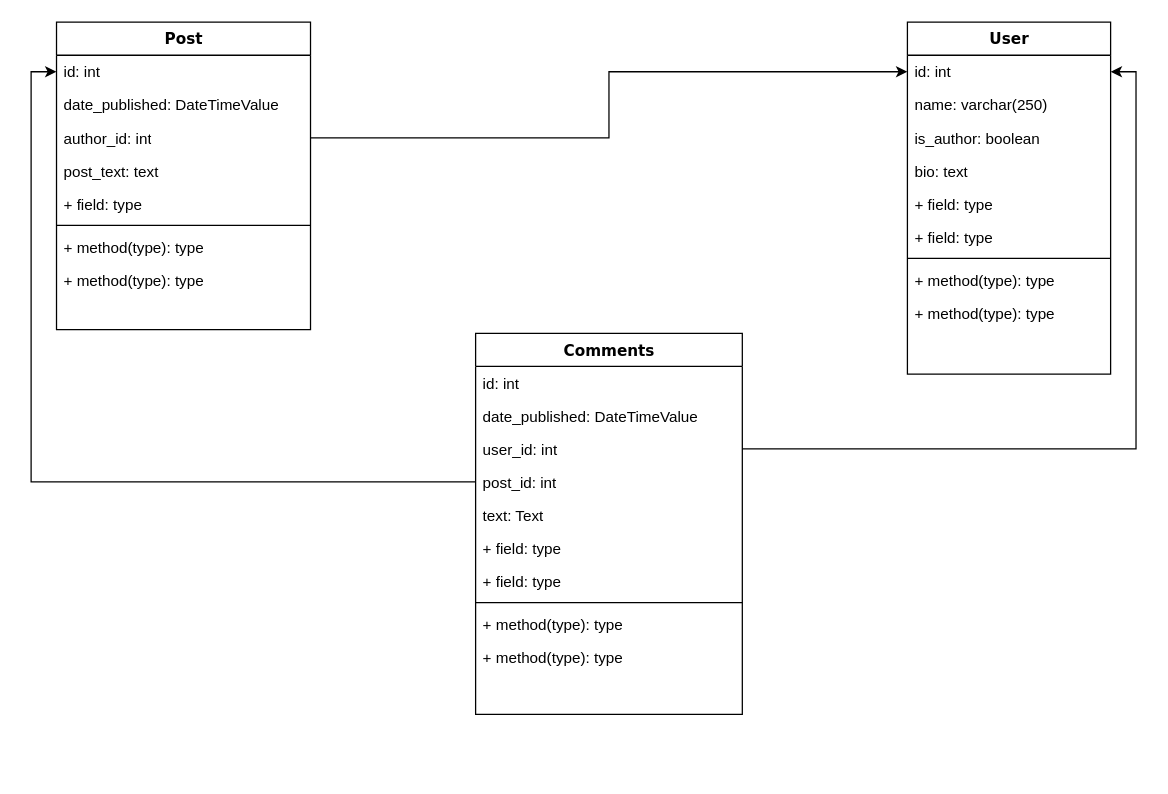
Before: page "models" (1 of 2) of models.drawio in drovosekovanton/djangoProjectBlog, a draw.io diagram. Source tidied: cells renumbered, new cells numbered last; positions are measured from the earlier drawing's top-left corner, leaving out a move shared by most shapes. Both pictures are drawn from the tidied source at 127%, with x=0, y=0 at pixel (56, 22).
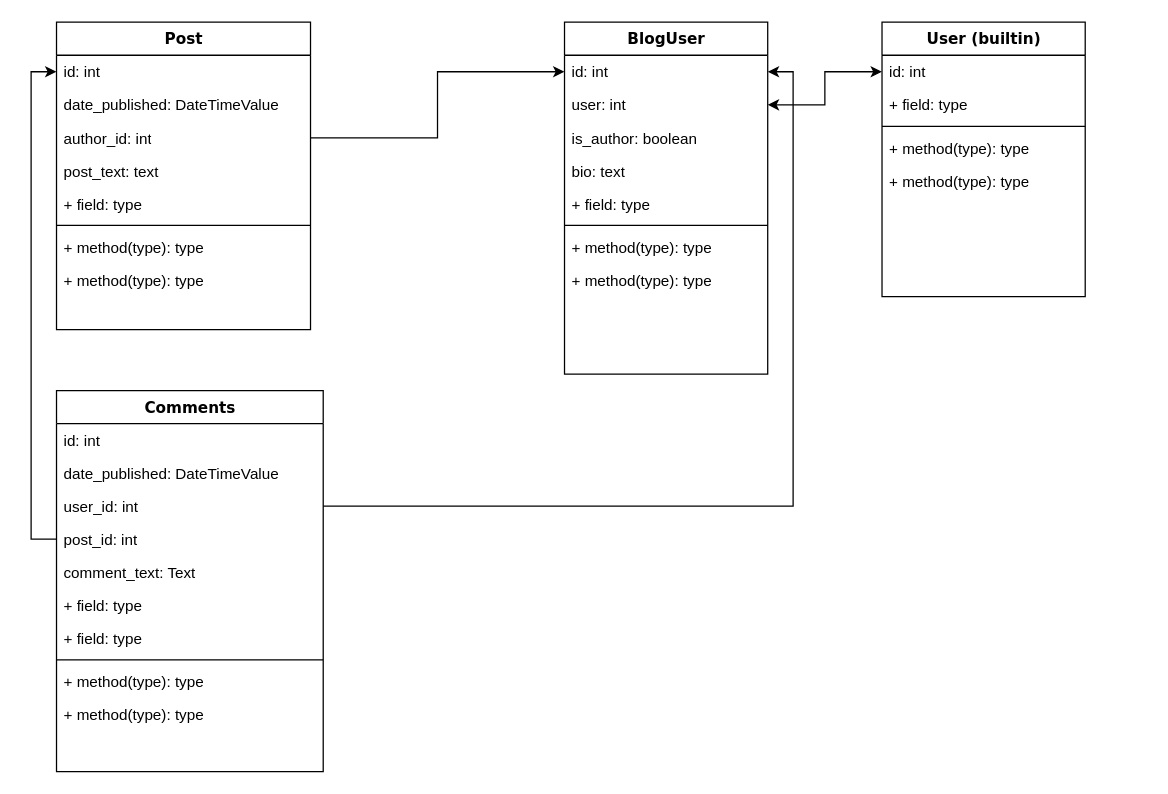
The same page after the edit.

The edit, as a diff of the source:
```diff
@@
-    <mxCell id="11" value="User" style="swimlane;html=1;fontStyle=1;align=center;verticalAlign=top;horizontal=1;startSize=26;swimlaneFillColor=#ffffff;rounded=0;shadow=0;comic=0;labelBackgroundColor=none;strokeWidth=1;fillColor=none;fontFamily=Verdana;fontSize=12;" parent="1" vertex="1">
-      <mxGeometry x="670" width="160" height="277" as="geometry" />
+    <mxCell id="11" value="BlogUser" style="swimlane;html=1;fontStyle=1;align=center;verticalAlign=top;horizontal=1;startSize=26;swimlaneFillColor=#ffffff;rounded=0;shadow=0;comic=0;labelBackgroundColor=none;strokeWidth=1;fillColor=none;fontFamily=Verdana;fontSize=12;" parent="1" vertex="1">
+      <mxGeometry x="400" width="160" height="277" as="geometry" />
     </mxCell>
@@
-    <mxCell id="13" value="name: varchar(250)" style="text;html=1;strokeColor=none;fillColor=none;align=left;verticalAlign=top;spacingLeft=4;spacingRight=4;whiteSpace=wrap;overflow=hidden;" parent="11" vertex="1">
-      <mxGeometry y="52" width="160" height="26" as="geometry" />
-    </mxCell>
+    <mxCell id="16" value="user: int" style="text;html=1;strokeColor=none;fillColor=none;align=left;verticalAlign=top;spacingLeft=4;spacingRight=4;whiteSpace=wrap;overflow=hidden;points=[[0,0.5],[1,0.5]];portConstraint=eastwest;" parent="11" vertex="1">
+      <mxGeometry y="52" width="160" height="26" as="geometry" />
+    </mxCell>
@@
-    <mxCell id="16" value="+ field: type" style="text;html=1;strokeColor=none;fillColor=none;align=left;verticalAlign=top;spacingLeft=4;spacingRight=4;whiteSpace=wrap;overflow=hidden;points=[[0,0.5],[1,0.5]];portConstraint=eastwest;" parent="11" vertex="1">
-      <mxGeometry y="130" width="160" height="26" as="geometry" />
-    </mxCell>
     <mxCell id="17" value="+ field: type" style="text;html=1;strokeColor=none;fillColor=none;align=left;verticalAlign=top;spacingLeft=4;spacingRight=4;whiteSpace=wrap;overflow=hidden;" parent="11" vertex="1">
-      <mxGeometry y="156" width="160" height="26" as="geometry" />
+      <mxGeometry y="130" width="160" height="26" as="geometry" />
     </mxCell>
     <mxCell id="18" style="line;html=1;strokeWidth=1;fillColor=none;align=left;verticalAlign=middle;spacingTop=-1;spacingLeft=3;spacingRight=3;labelPosition=right;" parent="11" vertex="1">
-      <mxGeometry y="182" width="160" height="8" as="geometry" />
+      <mxGeometry y="156" width="160" height="8" as="geometry" />
     </mxCell>
     <mxCell id="19" value="+ method(type): type" style="text;html=1;strokeColor=none;fillColor=none;align=left;verticalAlign=top;spacingLeft=4;spacingRight=4;whiteSpace=wrap;overflow=hidden;" parent="11" vertex="1">
-      <mxGeometry y="190" width="160" height="26" as="geometry" />
+      <mxGeometry y="164" width="160" height="26" as="geometry" />
     </mxCell>
     <mxCell id="20" value="+ method(type): type" style="text;html=1;strokeColor=none;fillColor=none;align=left;verticalAlign=top;spacingLeft=4;spacingRight=4;whiteSpace=wrap;overflow=hidden;" parent="11" vertex="1">
-      <mxGeometry y="216" width="160" height="26" as="geometry" />
+      <mxGeometry y="190" width="160" height="26" as="geometry" />
     </mxCell>
     <mxCell id="21" value="Comments" style="swimlane;html=1;fontStyle=1;align=center;verticalAlign=top;horizontal=1;startSize=26;swimlaneFillColor=#ffffff;rounded=0;shadow=0;comic=0;labelBackgroundColor=none;strokeWidth=1;fillColor=none;fontFamily=Verdana;fontSize=12;" parent="1" vertex="1">
-      <mxGeometry x="330" y="245" width="210" height="300" as="geometry" />
+      <mxGeometry y="290" width="210" height="300" as="geometry" />
     </mxCell>
@@
-    <mxCell id="26" value="text: Text" style="text;html=1;strokeColor=none;fillColor=none;align=left;verticalAlign=top;spacingLeft=4;spacingRight=4;whiteSpace=wrap;overflow=hidden;" parent="21" vertex="1">
+    <mxCell id="26" value="comment_text: Text" style="text;html=1;strokeColor=none;fillColor=none;align=left;verticalAlign=top;spacingLeft=4;spacingRight=4;whiteSpace=wrap;overflow=hidden;" parent="21" vertex="1">
       <mxGeometry y="130" width="210" height="26" as="geometry" />
     </mxCell>
@@
+    <mxCell id="35" value="User (builtin)" style="swimlane;html=1;fontStyle=1;align=center;verticalAlign=top;horizontal=1;startSize=26;swimlaneFillColor=#ffffff;rounded=0;shadow=0;comic=0;labelBackgroundColor=none;strokeWidth=1;fillColor=none;fontFamily=Verdana;fontSize=12;" parent="1" vertex="1">
+      <mxGeometry x="650" width="160" height="216" as="geometry" />
+    </mxCell>
+    <mxCell id="36" value="id: int" style="text;html=1;strokeColor=none;fillColor=none;align=left;verticalAlign=top;spacingLeft=4;spacingRight=4;whiteSpace=wrap;overflow=hidden;points=[[0,0.5],[1,0.5]];portConstraint=eastwest;" parent="35" vertex="1">
+      <mxGeometry y="26" width="160" height="26" as="geometry" />
+    </mxCell>
+    <mxCell id="37" value="+ field: type" style="text;html=1;strokeColor=none;fillColor=none;align=left;verticalAlign=top;spacingLeft=4;spacingRight=4;whiteSpace=wrap;overflow=hidden;" parent="35" vertex="1">
+      <mxGeometry y="52" width="160" height="26" as="geometry" />
+    </mxCell>
+    <mxCell id="38" style="line;html=1;strokeWidth=1;fillColor=none;align=left;verticalAlign=middle;spacingTop=-1;spacingLeft=3;spacingRight=3;labelPosition=right;" parent="35" vertex="1">
+      <mxGeometry y="78" width="160" height="8" as="geometry" />
+    </mxCell>
+    <mxCell id="39" value="+ method(type): type" style="text;html=1;strokeColor=none;fillColor=none;align=left;verticalAlign=top;spacingLeft=4;spacingRight=4;whiteSpace=wrap;overflow=hidden;" parent="35" vertex="1">
+      <mxGeometry y="86" width="160" height="26" as="geometry" />
+    </mxCell>
+    <mxCell id="40" value="+ method(type): type" style="text;html=1;strokeColor=none;fillColor=none;align=left;verticalAlign=top;spacingLeft=4;spacingRight=4;whiteSpace=wrap;overflow=hidden;" parent="35" vertex="1">
+      <mxGeometry y="112" width="160" height="26" as="geometry" />
+    </mxCell>
+    <mxCell id="41" style="edgeStyle=orthogonalEdgeStyle;rounded=0;jettySize=auto;html=1;entryX=0;entryY=0.5;entryDx=0;entryDy=0;startArrow=classic;startFill=1;" parent="1" edge="1" source="16" target="36">
+      <mxGeometry relative="1" as="geometry" />
+    </mxCell>
```
